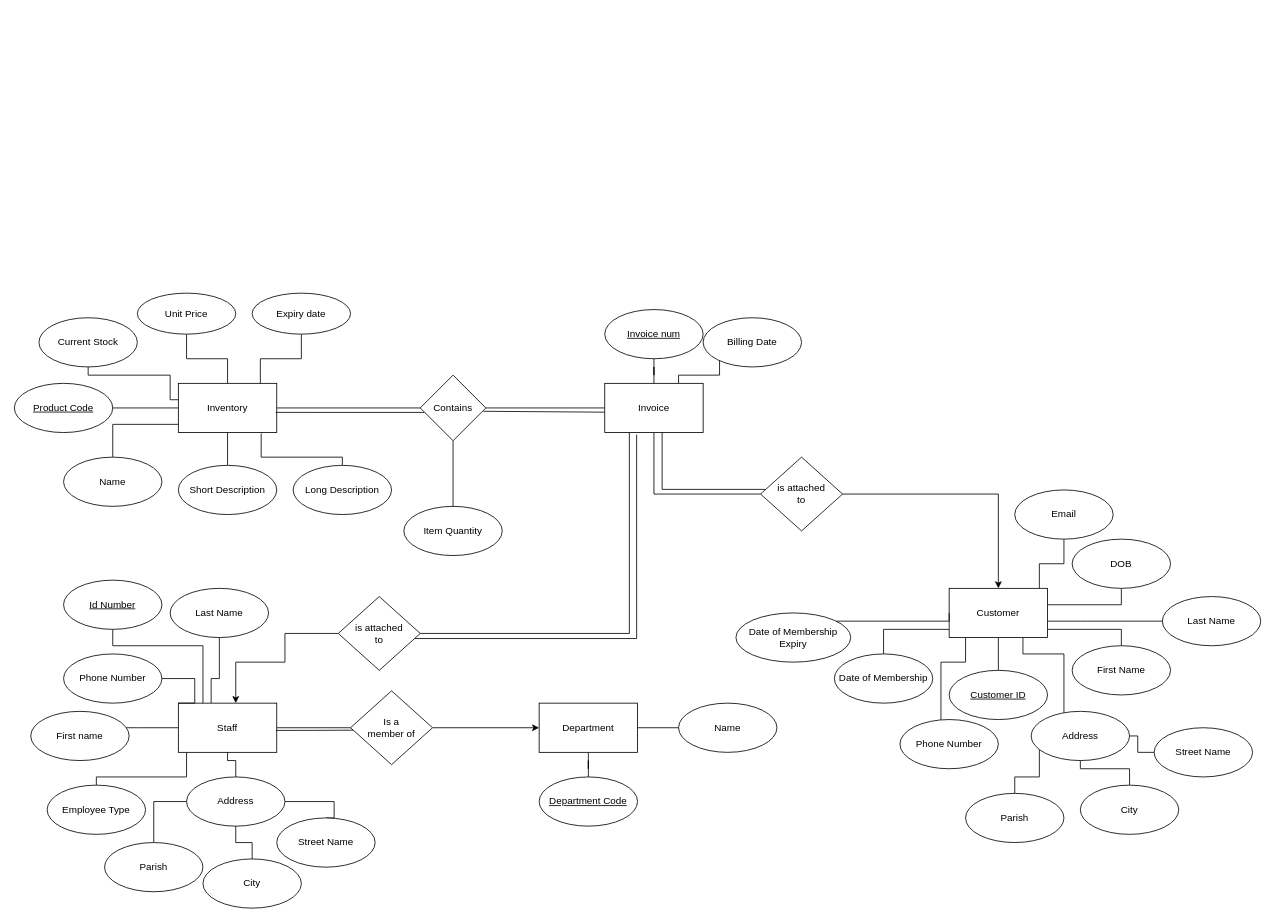
Before: page "ERD" (1 of 2) of Database/Database Diagrams/Group Project Diagrams.drawio in SCIT-Group-Project-2021/AP-Group-Project-2022, a draw.io diagram. Source tidied: cells renumbered, new cells numbered last; positions are measured from the earlier drawing's top-left corner, leaving out a move shared by most shapes. Both pictures are drawn from the tidied source at 82%, with x=0, y=0 at pixel (14, 293).
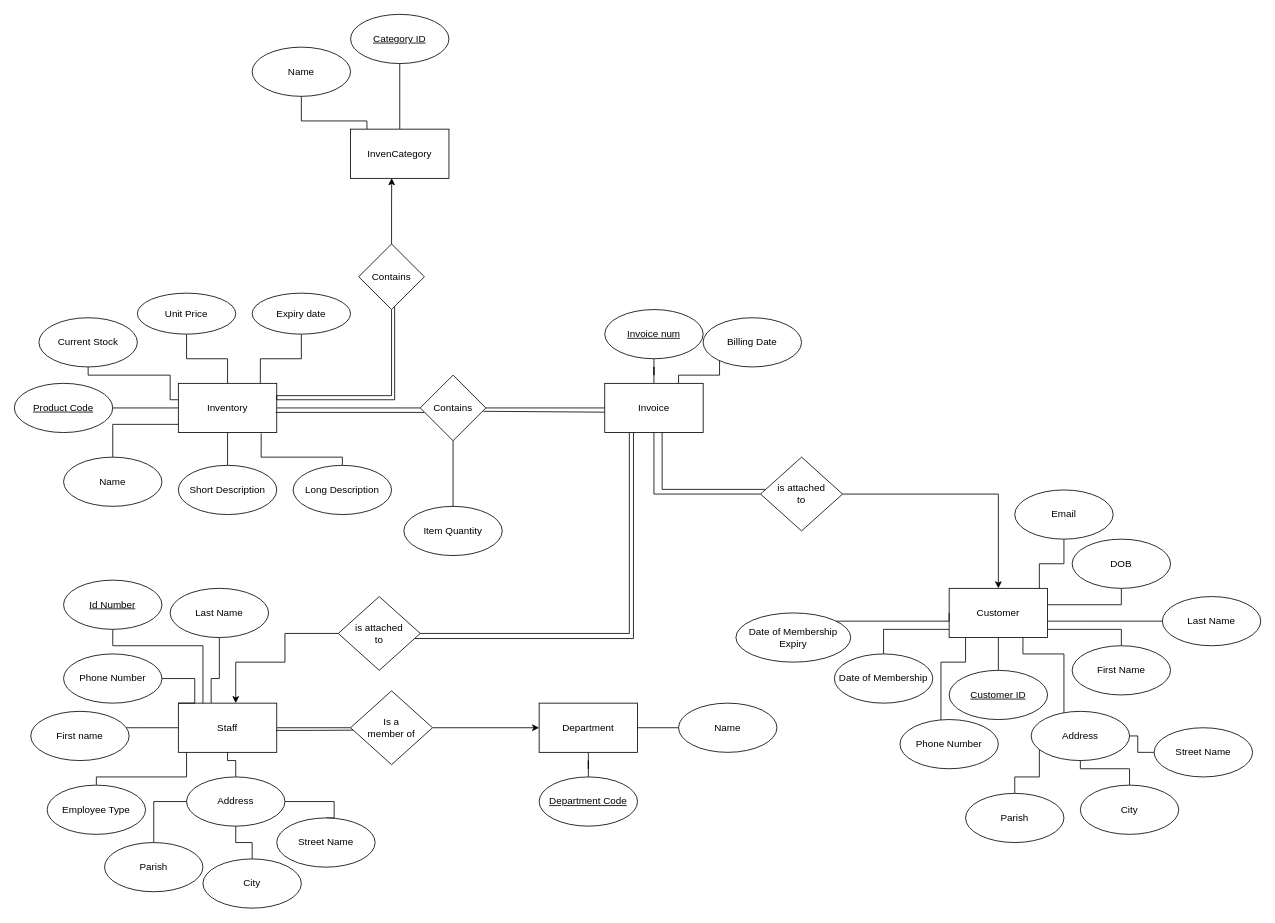
The same page after the edit.

The change refers to these unchanged cells:
```xml
<mxCell id="16" value="Inventory" style="rounded=0;whiteSpace=wrap;html=1;" parent="1" vertex="1">
  <mxGeometry x="200" y="110" width="120" height="60" as="geometry" />
</mxCell>
<mxCell id="30" value="Invoice" style="rounded=0;whiteSpace=wrap;html=1;" parent="1" vertex="1">
  <mxGeometry x="720" y="110" width="120" height="60" as="geometry" />
</mxCell>
<mxCell id="83" value="is attached &lt;br&gt;to" style="rhombus;whiteSpace=wrap;html=1;fillColor=none;" parent="1" vertex="1">
  <mxGeometry x="395" y="370" width="100" height="90" as="geometry" />
</mxCell>
```

Change to the diagram source:
```diff
@@
-    <mxCell id="88" style="edgeStyle=orthogonalEdgeStyle;rounded=0;jettySize=auto;html=1;entryX=0.324;entryY=1.042;entryDx=0;entryDy=0;startArrow=none;startFill=0;endArrow=none;endFill=0;exitX=0.936;exitY=0.569;exitDx=0;exitDy=0;exitPerimeter=0;entryPerimeter=0;" parent="1" edge="1" source="83" target="30">
+    <mxCell id="88" style="edgeStyle=orthogonalEdgeStyle;rounded=0;jettySize=auto;html=1;entryX=0.292;entryY=0.999;entryDx=0;entryDy=0;startArrow=none;startFill=0;endArrow=none;endFill=0;exitX=0.936;exitY=0.569;exitDx=0;exitDy=0;exitPerimeter=0;entryPerimeter=0;" parent="1" edge="1" source="83" target="30">
       <mxGeometry relative="1" as="geometry" />
     </mxCell>
@@
+    <mxCell id="90" style="edgeStyle=orthogonalEdgeStyle;rounded=0;jettySize=auto;html=1;endArrow=none;endFill=0;" parent="1" edge="1" source="92" target="93">
+      <mxGeometry relative="1" as="geometry" />
+    </mxCell>
+    <mxCell id="91" style="edgeStyle=orthogonalEdgeStyle;rounded=0;jettySize=auto;html=1;endArrow=none;endFill=0;" parent="1" edge="1" source="92" target="94">
+      <mxGeometry relative="1" as="geometry">
+        <Array as="points">
+          <mxPoint x="430" y="-210" />
+          <mxPoint x="350" y="-210" />
+        </Array>
+      </mxGeometry>
+    </mxCell>
+    <mxCell id="92" value="InvenCategory" style="rounded=0;whiteSpace=wrap;html=1;" parent="1" vertex="1">
+      <mxGeometry x="410" y="-200" width="120" height="60" as="geometry" />
+    </mxCell>
+    <mxCell id="93" value="&lt;u&gt;Category ID&lt;/u&gt;" style="ellipse;whiteSpace=wrap;html=1;rounded=0;" parent="1" vertex="1">
+      <mxGeometry x="410" y="-340" width="120" height="60" as="geometry" />
+    </mxCell>
+    <mxCell id="94" value="Name" style="ellipse;whiteSpace=wrap;html=1;rounded=0;" parent="1" vertex="1">
+      <mxGeometry x="290" y="-300" width="120" height="60" as="geometry" />
+    </mxCell>
+    <mxCell id="95" style="edgeStyle=orthogonalEdgeStyle;rounded=0;jettySize=auto;html=1;entryX=1;entryY=0.25;entryDx=0;entryDy=0;endArrow=none;endFill=0;" parent="1" edge="1" source="97" target="16">
+      <mxGeometry relative="1" as="geometry">
+        <Array as="points">
+          <mxPoint x="460" y="125" />
+        </Array>
+      </mxGeometry>
+    </mxCell>
+    <mxCell id="96" style="edgeStyle=orthogonalEdgeStyle;rounded=0;jettySize=auto;html=1;entryX=0.418;entryY=0.996;entryDx=0;entryDy=0;entryPerimeter=0;endArrow=classic;endFill=1;" parent="1" edge="1" source="97" target="92">
+      <mxGeometry relative="1" as="geometry" />
+    </mxCell>
+    <mxCell id="97" value="Contains" style="rhombus;whiteSpace=wrap;html=1;fillColor=none;" parent="1" vertex="1">
+      <mxGeometry x="420" y="-60" width="80" height="80" as="geometry" />
+    </mxCell>
+    <mxCell id="98" style="edgeStyle=orthogonalEdgeStyle;rounded=0;jettySize=auto;html=1;entryX=1;entryY=0.25;entryDx=0;entryDy=0;endArrow=none;endFill=0;exitX=0.547;exitY=0.955;exitDx=0;exitDy=0;exitPerimeter=0;" parent="1" edge="1" source="97">
+      <mxGeometry relative="1" as="geometry">
+        <mxPoint x="320" y="125" as="targetPoint" />
+        <Array as="points">
+          <mxPoint x="464" y="130" />
+          <mxPoint x="320" y="130" />
+        </Array>
+      </mxGeometry>
+    </mxCell>
```
